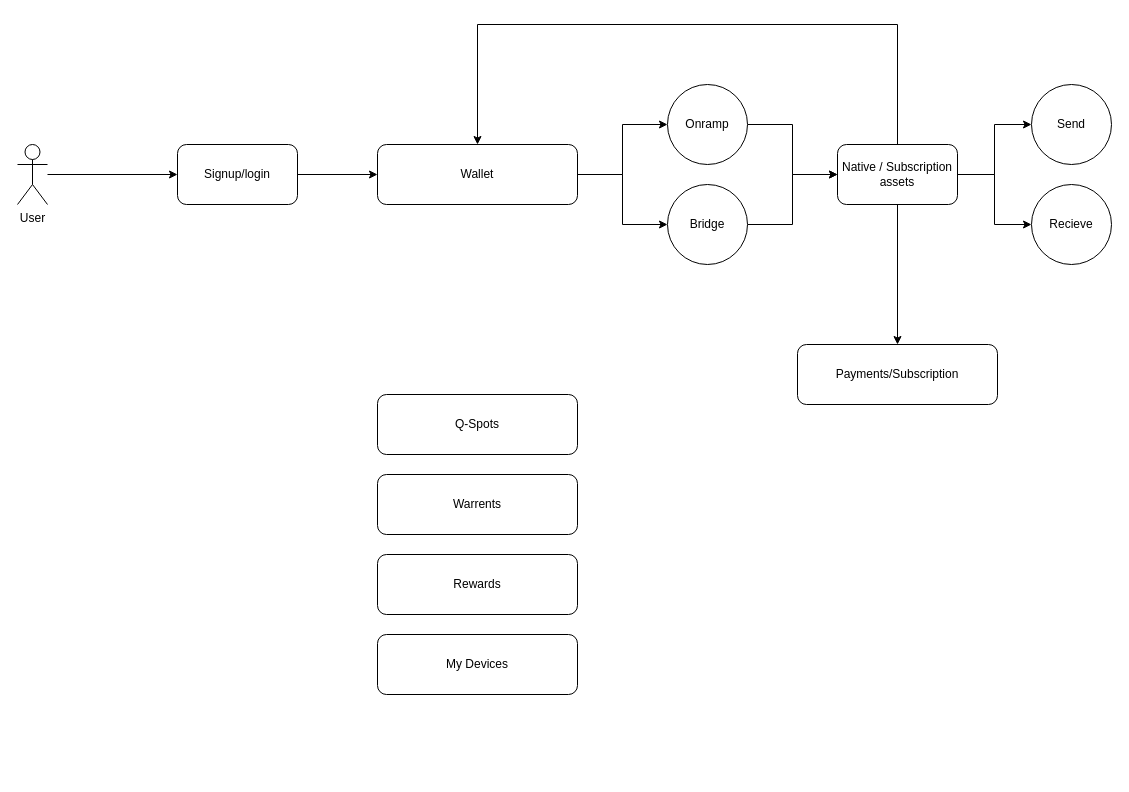
The draw.io diagram Quantinium-user-journey.drawio in ali-05-ahmed/Concept-Diagrams, before the edit. Source tidied: cells renumbered, new cells numbered last; positions are measured from the earlier drawing's top-left corner, leaving out a move shared by most shapes. Both pictures are drawn from the tidied source at 100%, with x=0, y=0 at pixel (17, 24).
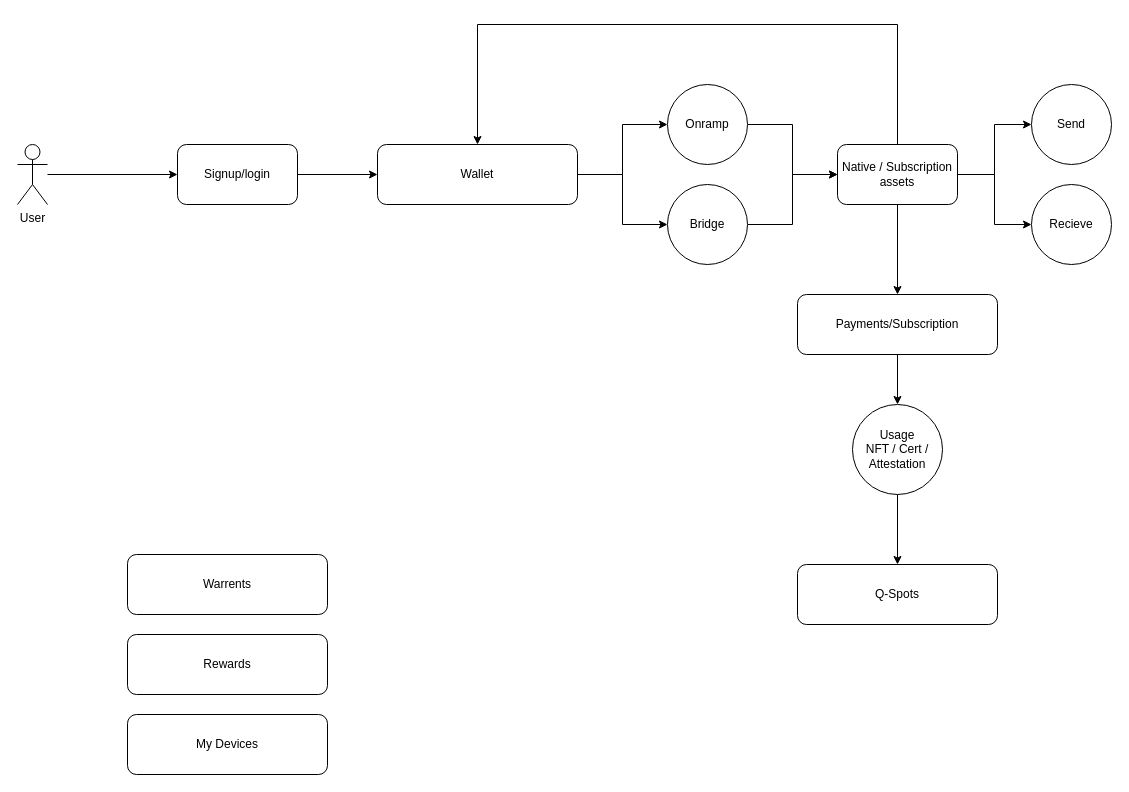
Above is the later version.

What changed in the source:
```diff
@@
+    <mxCell id="25" style="edgeStyle=orthogonalEdgeStyle;rounded=0;jettySize=auto;html=1;" parent="1" edge="1" source="9" target="27">
+      <mxGeometry relative="1" as="geometry" />
+    </mxCell>
     <mxCell id="9" value="Payments/Subscription" style="rounded=1;whiteSpace=wrap;html=1;" parent="1" vertex="1">
-      <mxGeometry x="780" y="320" width="200" height="60" as="geometry" />
+      <mxGeometry x="780" y="270" width="200" height="60" as="geometry" />
     </mxCell>
     <mxCell id="10" value="Warrents" style="rounded=1;whiteSpace=wrap;html=1;" parent="1" vertex="1">
-      <mxGeometry x="360" y="450" width="200" height="60" as="geometry" />
+      <mxGeometry x="110" y="530" width="200" height="60" as="geometry" />
     </mxCell>
     <mxCell id="11" value="Rewards" style="rounded=1;whiteSpace=wrap;html=1;" parent="1" vertex="1">
-      <mxGeometry x="360" y="530" width="200" height="60" as="geometry" />
+      <mxGeometry x="110" y="610" width="200" height="60" as="geometry" />
     </mxCell>
     <mxCell id="12" value="My Devices" style="rounded=1;whiteSpace=wrap;html=1;" parent="1" vertex="1">
-      <mxGeometry x="360" y="610" width="200" height="60" as="geometry" />
+      <mxGeometry x="110" y="690" width="200" height="60" as="geometry" />
     </mxCell>
@@
     <mxCell id="24" value="Q-Spots" style="rounded=1;whiteSpace=wrap;html=1;" parent="1" vertex="1">
-      <mxGeometry x="360" y="370" width="200" height="60" as="geometry" />
+      <mxGeometry x="780" y="540" width="200" height="60" as="geometry" />
     </mxCell>
+    <mxCell id="26" style="edgeStyle=orthogonalEdgeStyle;rounded=0;jettySize=auto;html=1;" parent="1" edge="1" source="27" target="24">
+      <mxGeometry relative="1" as="geometry" />
+    </mxCell>
+    <mxCell id="27" value="Usage&lt;br&gt;NFT / Cert / Attestation" style="ellipse;whiteSpace=wrap;html=1;" parent="1" vertex="1">
+      <mxGeometry x="835" y="380" width="90" height="90" as="geometry" />
+    </mxCell>
```
